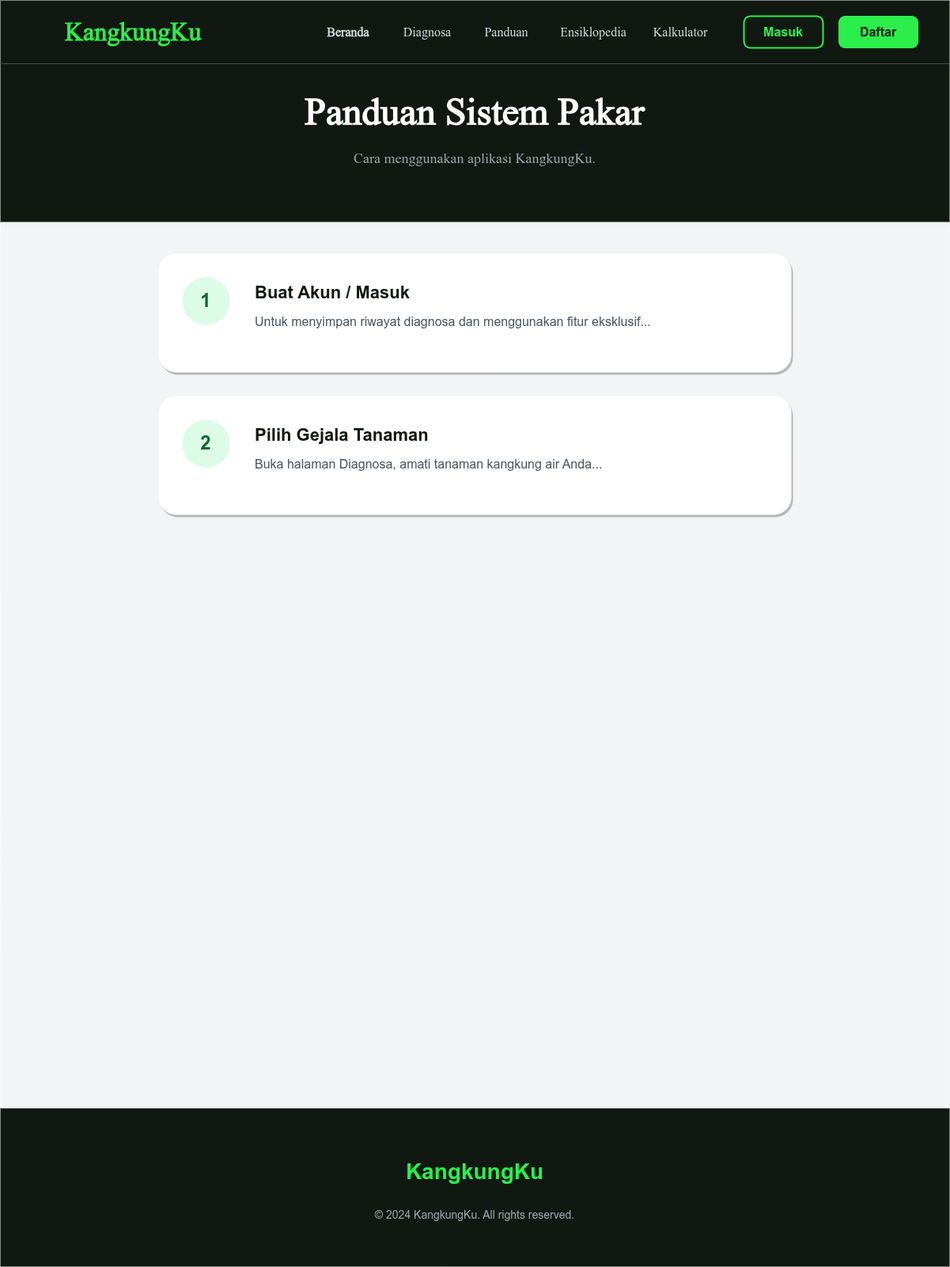
Above: diagram/desain/panduan.png in RajaSunrise/kangkungku (draw.io), before the change. Source tidied: cells renumbered, new cells last; positions are measured from the earlier drawing's top-left corner, leaving out a move shared by most shapes.
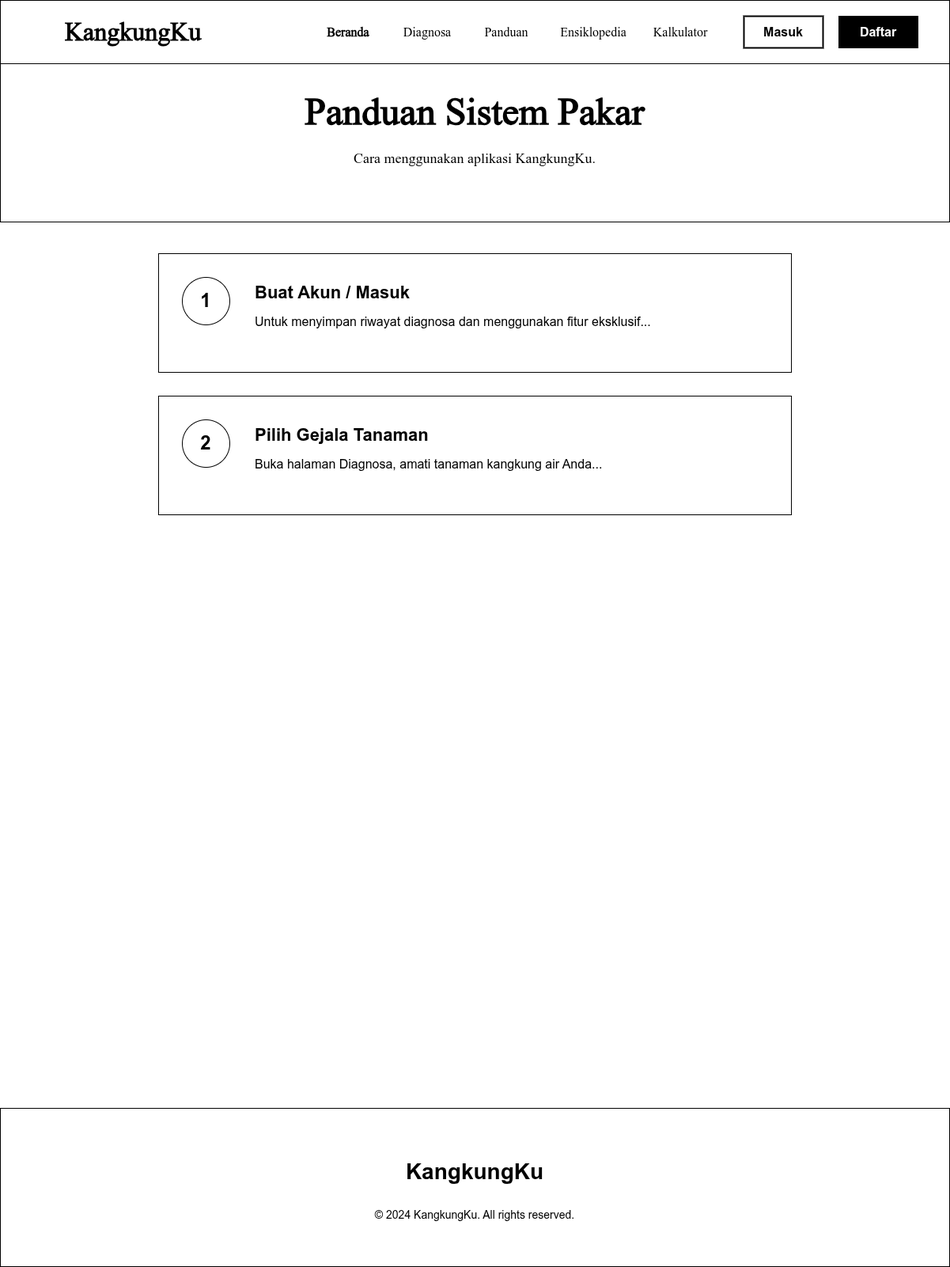
The same diagram one commit later.

Diff of the diagram source:
```diff
@@ -2,76 +2,76 @@
   <root>
     <mxCell id="0" />
     <mxCell id="1" parent="0" />
-    <mxCell id="2" style="rounded=0;whiteSpace=wrap;html=1;fillColor=#F3F4F6;strokeColor=none;" parent="1" vertex="1">
+    <mxCell id="2" style="rounded=0;whiteSpace=wrap;html=1;fillColor=#FFFFFF;strokeColor=none;" parent="1" vertex="1">
       <mxGeometry width="1200" height="1600" as="geometry" />
     </mxCell>
-    <mxCell id="3" style="rounded=0;whiteSpace=wrap;html=1;fillColor=#111812;strokeColor=none;" parent="1" vertex="1">
+    <mxCell id="3" style="rounded=0;whiteSpace=wrap;html=1;fillColor=#FFFFFF;strokeColor=#000000;" parent="1" vertex="1">
       <mxGeometry width="1200" height="80" as="geometry" />
     </mxCell>
-    <mxCell id="4" value="KangkungKu" style="text;html=1;strokeColor=none;fillColor=none;align=left;verticalAlign=middle;whiteSpace=wrap;rounded=0;fontColor=#2BEE4B;fontSize=32;fontStyle=1;fontFamily=Space Grotesk;" parent="1" vertex="1">
+    <mxCell id="4" value="KangkungKu" style="text;html=1;strokeColor=none;fillColor=none;align=left;verticalAlign=middle;whiteSpace=wrap;rounded=0;fontColor=#000000;fontSize=32;fontStyle=1;fontFamily=Space Grotesk;" parent="1" vertex="1">
       <mxGeometry x="80" y="20" width="200" height="40" as="geometry" />
     </mxCell>
-    <mxCell id="5" value="Beranda" style="text;html=1;strokeColor=none;fillColor=none;align=center;verticalAlign=middle;whiteSpace=wrap;rounded=0;fontColor=#D1D5DB;fontSize=16;fontFamily=Space Grotesk;fontStyle=1;" parent="1" vertex="1">
+    <mxCell id="5" value="Beranda" style="text;html=1;strokeColor=none;fillColor=none;align=center;verticalAlign=middle;whiteSpace=wrap;rounded=0;fontColor=#000000;fontSize=16;fontFamily=Space Grotesk;fontStyle=1;" parent="1" vertex="1">
       <mxGeometry x="400" y="25" width="80" height="30" as="geometry" />
     </mxCell>
-    <mxCell id="6" value="Diagnosa" style="text;html=1;strokeColor=none;fillColor=none;align=center;verticalAlign=middle;whiteSpace=wrap;rounded=0;fontColor=#D1D5DB;fontSize=16;fontFamily=Space Grotesk;" parent="1" vertex="1">
+    <mxCell id="6" value="Diagnosa" style="text;html=1;strokeColor=none;fillColor=none;align=center;verticalAlign=middle;whiteSpace=wrap;rounded=0;fontColor=#000000;fontSize=16;fontFamily=Space Grotesk;" parent="1" vertex="1">
       <mxGeometry x="500" y="25" width="80" height="30" as="geometry" />
     </mxCell>
-    <mxCell id="7" value="Panduan" style="text;html=1;strokeColor=none;fillColor=none;align=center;verticalAlign=middle;whiteSpace=wrap;rounded=0;fontColor=#D1D5DB;fontSize=16;fontFamily=Space Grotesk;" parent="1" vertex="1">
+    <mxCell id="7" value="Panduan" style="text;html=1;strokeColor=none;fillColor=none;align=center;verticalAlign=middle;whiteSpace=wrap;rounded=0;fontColor=#000000;fontSize=16;fontFamily=Space Grotesk;" parent="1" vertex="1">
       <mxGeometry x="600" y="25" width="80" height="30" as="geometry" />
     </mxCell>
-    <mxCell id="8" value="Ensiklopedia" style="text;html=1;strokeColor=none;fillColor=none;align=center;verticalAlign=middle;whiteSpace=wrap;rounded=0;fontColor=#D1D5DB;fontSize=16;fontFamily=Space Grotesk;" parent="1" vertex="1">
+    <mxCell id="8" value="Ensiklopedia" style="text;html=1;strokeColor=none;fillColor=none;align=center;verticalAlign=middle;whiteSpace=wrap;rounded=0;fontColor=#000000;fontSize=16;fontFamily=Space Grotesk;" parent="1" vertex="1">
       <mxGeometry x="700" y="25" width="100" height="30" as="geometry" />
     </mxCell>
-    <mxCell id="9" value="Kalkulator" style="text;html=1;strokeColor=none;fillColor=none;align=center;verticalAlign=middle;whiteSpace=wrap;rounded=0;fontColor=#D1D5DB;fontSize=16;fontFamily=Space Grotesk;" parent="1" vertex="1">
+    <mxCell id="9" value="Kalkulator" style="text;html=1;strokeColor=none;fillColor=none;align=center;verticalAlign=middle;whiteSpace=wrap;rounded=0;fontColor=#000000;fontSize=16;fontFamily=Space Grotesk;" parent="1" vertex="1">
       <mxGeometry x="820" y="25" width="80" height="30" as="geometry" />
     </mxCell>
-    <mxCell id="10" value="Masuk" style="rounded=1;whiteSpace=wrap;html=1;fillColor=none;strokeColor=#2BEE4B;strokeWidth=2;fontColor=#2BEE4B;fontStyle=1;fontSize=16;arcSize=20;" parent="1" vertex="1">
+    <mxCell id="10" value="Masuk" style="rounded=0;whiteSpace=wrap;html=1;fillColor=none;strokeColor=#000000;strokeWidth=2;fontColor=#000000;fontStyle=1;fontSize=16;arcSize=20;" parent="1" vertex="1">
       <mxGeometry x="940" y="20" width="100" height="40" as="geometry" />
     </mxCell>
-    <mxCell id="11" value="Daftar" style="rounded=1;whiteSpace=wrap;html=1;fillColor=#2BEE4B;strokeColor=#2BEE4B;fontColor=#111812;fontStyle=1;fontSize=16;arcSize=20;" parent="1" vertex="1">
+    <mxCell id="11" value="Daftar" style="rounded=0;whiteSpace=wrap;html=1;fillColor=#000000;strokeColor=#000000;fontColor=#FFFFFF;fontStyle=1;fontSize=16;arcSize=20;" parent="1" vertex="1">
       <mxGeometry x="1060" y="20" width="100" height="40" as="geometry" />
     </mxCell>
-    <mxCell id="12" style="rounded=0;whiteSpace=wrap;html=1;fillColor=#111812;strokeColor=none;" parent="1" vertex="1">
+    <mxCell id="12" style="rounded=0;whiteSpace=wrap;html=1;fillColor=#FFFFFF;strokeColor=#000000;" parent="1" vertex="1">
       <mxGeometry y="80" width="1200" height="200" as="geometry" />
     </mxCell>
-    <mxCell id="13" value="Panduan Sistem Pakar" style="text;html=1;strokeColor=none;fillColor=none;align=center;verticalAlign=middle;whiteSpace=wrap;rounded=0;fontColor=#FFFFFF;fontSize=48;fontStyle=1;fontFamily=Space Grotesk;" parent="1" vertex="1">
+    <mxCell id="13" value="Panduan Sistem Pakar" style="text;html=1;strokeColor=none;fillColor=none;align=center;verticalAlign=middle;whiteSpace=wrap;rounded=0;fontColor=#000000;fontSize=48;fontStyle=1;fontFamily=Space Grotesk;" parent="1" vertex="1">
       <mxGeometry x="100" y="100" width="1000" height="80" as="geometry" />
     </mxCell>
-    <mxCell id="14" value="Cara menggunakan aplikasi KangkungKu." style="text;html=1;strokeColor=none;fillColor=none;align=center;verticalAlign=middle;whiteSpace=wrap;rounded=0;fontColor=#9CA3AF;fontSize=18;fontFamily=Space Grotesk;" parent="1" vertex="1">
+    <mxCell id="14" value="Cara menggunakan aplikasi KangkungKu." style="text;html=1;strokeColor=none;fillColor=none;align=center;verticalAlign=middle;whiteSpace=wrap;rounded=0;fontColor=#000000;fontSize=18;fontFamily=Space Grotesk;" parent="1" vertex="1">
       <mxGeometry x="200" y="180" width="800" height="40" as="geometry" />
     </mxCell>
-    <mxCell id="15" style="rounded=1;whiteSpace=wrap;html=1;fillColor=#FFFFFF;strokeColor=none;shadow=1;" parent="1" vertex="1">
+    <mxCell id="15" style="rounded=0;whiteSpace=wrap;html=1;fillColor=#FFFFFF;strokeColor=#000000;" parent="1" vertex="1">
       <mxGeometry x="200" y="320" width="800" height="150" as="geometry" />
     </mxCell>
-    <mxCell id="16" value="1" style="ellipse;whiteSpace=wrap;html=1;fillColor=#DCFCE7;strokeColor=none;fontColor=#166534;fontStyle=1;fontSize=24;" parent="1" vertex="1">
+    <mxCell id="16" value="1" style="ellipse;whiteSpace=wrap;html=1;fillColor=#FFFFFF;strokeColor=#000000;fontColor=#000000;fontStyle=1;fontSize=24;" parent="1" vertex="1">
       <mxGeometry x="230" y="350" width="60" height="60" as="geometry" />
     </mxCell>
-    <mxCell id="17" value="Buat Akun / Masuk" style="text;html=1;strokeColor=none;fillColor=none;align=left;verticalAlign=top;whiteSpace=wrap;rounded=0;fontColor=#111812;fontSize=22;fontStyle=1;" parent="1" vertex="1">
+    <mxCell id="17" value="Buat Akun / Masuk" style="text;html=1;strokeColor=none;fillColor=none;align=left;verticalAlign=top;whiteSpace=wrap;rounded=0;fontColor=#000000;fontSize=22;fontStyle=1;" parent="1" vertex="1">
       <mxGeometry x="320" y="350" width="600" height="30" as="geometry" />
     </mxCell>
-    <mxCell id="18" value="Untuk menyimpan riwayat diagnosa dan menggunakan fitur eksklusif..." style="text;html=1;strokeColor=none;fillColor=none;align=left;verticalAlign=top;whiteSpace=wrap;rounded=0;fontColor=#4B5563;fontSize=16;" parent="1" vertex="1">
+    <mxCell id="18" value="Untuk menyimpan riwayat diagnosa dan menggunakan fitur eksklusif..." style="text;html=1;strokeColor=none;fillColor=none;align=left;verticalAlign=top;whiteSpace=wrap;rounded=0;fontColor=#000000;fontSize=16;" parent="1" vertex="1">
       <mxGeometry x="320" y="390" width="600" height="60" as="geometry" />
     </mxCell>
-    <mxCell id="19" style="rounded=1;whiteSpace=wrap;html=1;fillColor=#FFFFFF;strokeColor=none;shadow=1;" parent="1" vertex="1">
+    <mxCell id="19" style="rounded=0;whiteSpace=wrap;html=1;fillColor=#FFFFFF;strokeColor=#000000;" parent="1" vertex="1">
       <mxGeometry x="200" y="500" width="800" height="150" as="geometry" />
     </mxCell>
-    <mxCell id="20" value="2" style="ellipse;whiteSpace=wrap;html=1;fillColor=#DCFCE7;strokeColor=none;fontColor=#166534;fontStyle=1;fontSize=24;" parent="1" vertex="1">
+    <mxCell id="20" value="2" style="ellipse;whiteSpace=wrap;html=1;fillColor=#FFFFFF;strokeColor=#000000;fontColor=#000000;fontStyle=1;fontSize=24;" parent="1" vertex="1">
       <mxGeometry x="230" y="530" width="60" height="60" as="geometry" />
     </mxCell>
-    <mxCell id="21" value="Pilih Gejala Tanaman" style="text;html=1;strokeColor=none;fillColor=none;align=left;verticalAlign=top;whiteSpace=wrap;rounded=0;fontColor=#111812;fontSize=22;fontStyle=1;" parent="1" vertex="1">
+    <mxCell id="21" value="Pilih Gejala Tanaman" style="text;html=1;strokeColor=none;fillColor=none;align=left;verticalAlign=top;whiteSpace=wrap;rounded=0;fontColor=#000000;fontSize=22;fontStyle=1;" parent="1" vertex="1">
       <mxGeometry x="320" y="530" width="600" height="30" as="geometry" />
     </mxCell>
-    <mxCell id="22" value="Buka halaman Diagnosa, amati tanaman kangkung air Anda..." style="text;html=1;strokeColor=none;fillColor=none;align=left;verticalAlign=top;whiteSpace=wrap;rounded=0;fontColor=#4B5563;fontSize=16;" parent="1" vertex="1">
+    <mxCell id="22" value="Buka halaman Diagnosa, amati tanaman kangkung air Anda..." style="text;html=1;strokeColor=none;fillColor=none;align=left;verticalAlign=top;whiteSpace=wrap;rounded=0;fontColor=#000000;fontSize=16;" parent="1" vertex="1">
       <mxGeometry x="320" y="570" width="600" height="60" as="geometry" />
     </mxCell>
-    <mxCell id="23" style="rounded=0;whiteSpace=wrap;html=1;fillColor=#111812;strokeColor=none;" parent="1" vertex="1">
+    <mxCell id="23" style="rounded=0;whiteSpace=wrap;html=1;fillColor=#FFFFFF;strokeColor=#000000;" parent="1" vertex="1">
       <mxGeometry y="1400" width="1200" height="200" as="geometry" />
     </mxCell>
-    <mxCell id="24" value="KangkungKu" style="text;html=1;strokeColor=none;fillColor=none;align=center;verticalAlign=middle;whiteSpace=wrap;rounded=0;fontColor=#2BEE4B;fontSize=28;fontStyle=1;" parent="1" vertex="1">
+    <mxCell id="24" value="KangkungKu" style="text;html=1;strokeColor=none;fillColor=none;align=center;verticalAlign=middle;whiteSpace=wrap;rounded=0;fontColor=#000000;fontSize=28;fontStyle=1;" parent="1" vertex="1">
       <mxGeometry x="500" y="1460" width="200" height="40" as="geometry" />
     </mxCell>
-    <mxCell id="25" value="© 2024 KangkungKu. All rights reserved." style="text;html=1;strokeColor=none;fillColor=none;align=center;verticalAlign=middle;whiteSpace=wrap;rounded=0;fontColor=#9CA3AF;fontSize=14;" parent="1" vertex="1">
+    <mxCell id="25" value="© 2024 KangkungKu. All rights reserved." style="text;html=1;strokeColor=none;fillColor=none;align=center;verticalAlign=middle;whiteSpace=wrap;rounded=0;fontColor=#000000;fontSize=14;" parent="1" vertex="1">
       <mxGeometry x="450" y="1520" width="300" height="30" as="geometry" />
     </mxCell>
   </root>
```
